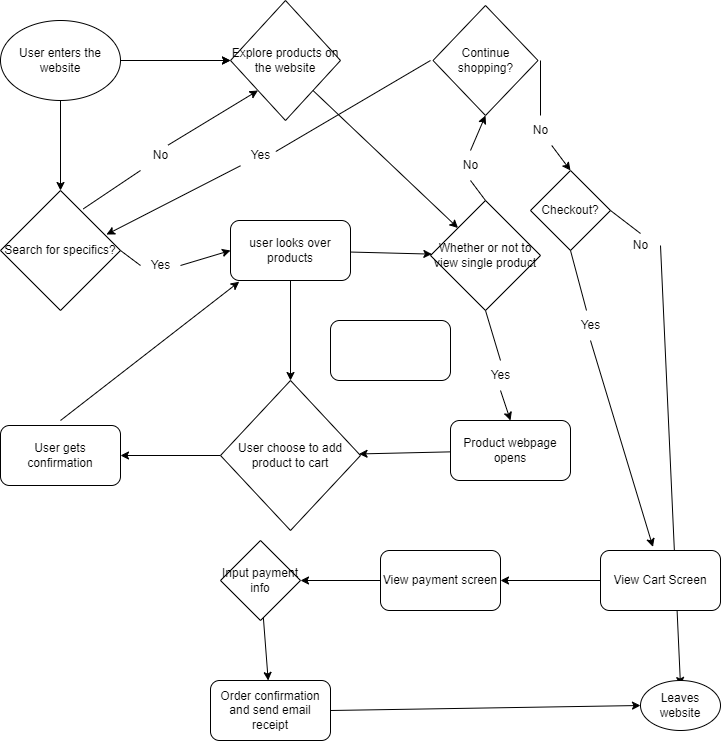
The draw.io diagram explore/diagramming/diagram.drawio.png in Mid2Jr/sp24-cse110-lab4, before a commit. Source tidied: cells renumbered, new cells last; positions are measured from the earlier drawing's top-left corner, leaving out a move shared by most shapes.
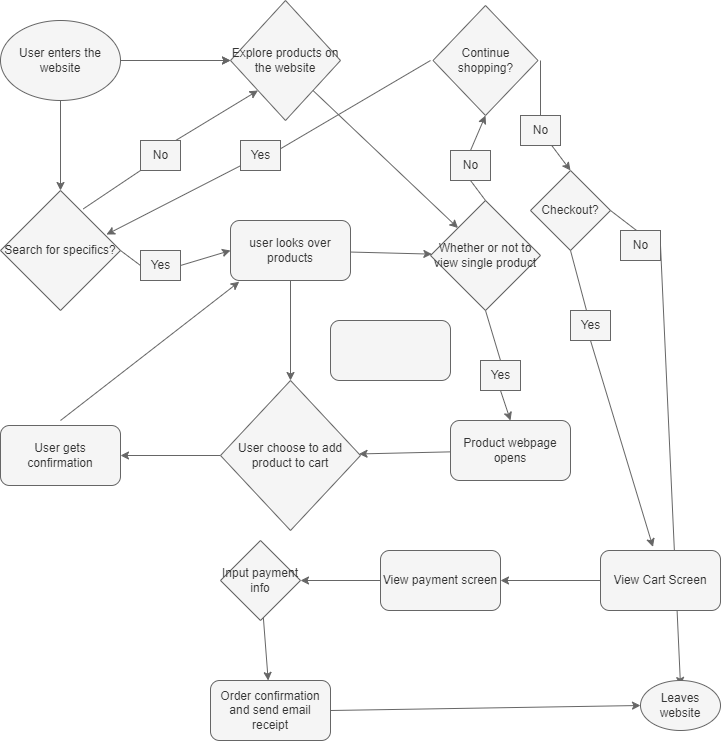
Later version of the same file.

Commit message:
recolor diagram

The edit, as a diff of the source:
```diff
@@ -2,174 +2,174 @@
   <root>
     <mxCell id="0" />
     <mxCell id="1" parent="0" />
-    <mxCell id="2" style="edgeStyle=none;html=1;" parent="1" edge="1" source="3" target="6">
+    <mxCell id="2" style="edgeStyle=none;html=1;fillColor=#f5f5f5;strokeColor=#666666;" parent="1" edge="1" source="3" target="6">
       <mxGeometry relative="1" as="geometry" />
     </mxCell>
-    <mxCell id="3" value="User enters the website" style="ellipse;whiteSpace=wrap;html=1;" parent="1" vertex="1">
+    <mxCell id="3" value="User enters the website" style="ellipse;whiteSpace=wrap;html=1;fillColor=#f5f5f5;fontColor=#333333;strokeColor=#666666;" parent="1" vertex="1">
       <mxGeometry y="20" width="120" height="80" as="geometry" />
     </mxCell>
-    <mxCell id="4" style="endArrow=classic;html=1;" parent="1" edge="1">
+    <mxCell id="4" style="endArrow=classic;html=1;fillColor=#f5f5f5;strokeColor=#666666;" parent="1" edge="1">
       <mxGeometry relative="1" as="geometry">
         <mxPoint x="130" y="60" as="sourcePoint" />
         <mxPoint x="230" y="60" as="targetPoint" />
       </mxGeometry>
     </mxCell>
-    <mxCell id="5" style="endArrow=classic;html=1;exitX=0.5;exitY=1;exitDx=0;exitDy=0;" parent="1" edge="1" source="3" target="7">
+    <mxCell id="5" style="endArrow=classic;html=1;exitX=0.5;exitY=1;exitDx=0;exitDy=0;fillColor=#f5f5f5;strokeColor=#666666;" parent="1" edge="1" source="3" target="7">
       <mxGeometry relative="1" as="geometry" />
     </mxCell>
-    <mxCell id="6" value="Explore products on the website&lt;br&gt;" style="rhombus;whiteSpace=wrap;html=1;" parent="1" vertex="1">
+    <mxCell id="6" value="Explore products on the website&lt;br&gt;" style="rhombus;whiteSpace=wrap;html=1;fillColor=#f5f5f5;fontColor=#333333;strokeColor=#666666;" parent="1" vertex="1">
       <mxGeometry x="230" width="110" height="120" as="geometry" />
     </mxCell>
-    <mxCell id="7" value="Search for specifics?" style="rhombus;whiteSpace=wrap;html=1;" parent="1" vertex="1">
+    <mxCell id="7" value="Search for specifics?" style="rhombus;whiteSpace=wrap;html=1;fillColor=#f5f5f5;fontColor=#333333;strokeColor=#666666;" parent="1" vertex="1">
       <mxGeometry y="190" width="120" height="120" as="geometry" />
     </mxCell>
-    <mxCell id="8" style="endArrow=classic;html=1;exitX=1;exitY=0.5;exitDx=0;exitDy=0;entryX=0;entryY=0.5;entryDx=0;entryDy=0;startArrow=none;" parent="1" edge="1" source="32" target="10">
+    <mxCell id="8" style="endArrow=classic;html=1;exitX=1;exitY=0.5;exitDx=0;exitDy=0;entryX=0;entryY=0.5;entryDx=0;entryDy=0;startArrow=none;fillColor=#f5f5f5;strokeColor=#666666;" parent="1" edge="1" source="32" target="10">
       <mxGeometry relative="1" as="geometry" />
     </mxCell>
-    <mxCell id="9" style="edgeStyle=none;html=1;" parent="1" edge="1" source="10" target="11">
+    <mxCell id="9" style="edgeStyle=none;html=1;fillColor=#f5f5f5;strokeColor=#666666;" parent="1" edge="1" source="10" target="11">
       <mxGeometry relative="1" as="geometry" />
     </mxCell>
-    <mxCell id="10" value="user looks over products" style="rounded=1;whiteSpace=wrap;html=1;" parent="1" vertex="1">
+    <mxCell id="10" value="user looks over products" style="rounded=1;whiteSpace=wrap;html=1;fillColor=#f5f5f5;fontColor=#333333;strokeColor=#666666;" parent="1" vertex="1">
       <mxGeometry x="230" y="220" width="120" height="60" as="geometry" />
     </mxCell>
-    <mxCell id="11" value="Whether or not to view single product" style="rhombus;whiteSpace=wrap;html=1;" parent="1" vertex="1">
+    <mxCell id="11" value="Whether or not to view single product" style="rhombus;whiteSpace=wrap;html=1;fillColor=#f5f5f5;fontColor=#333333;strokeColor=#666666;" parent="1" vertex="1">
       <mxGeometry x="430" y="200" width="110" height="110" as="geometry" />
     </mxCell>
-    <mxCell id="12" style="endArrow=classic;html=1;exitX=0.5;exitY=0;exitDx=0;exitDy=0;entryX=0.5;entryY=1;entryDx=0;entryDy=0;startArrow=none;" parent="1" edge="1" source="34" target="21">
+    <mxCell id="12" style="endArrow=classic;html=1;exitX=0.5;exitY=0;exitDx=0;exitDy=0;entryX=0.5;entryY=1;entryDx=0;entryDy=0;startArrow=none;fillColor=#f5f5f5;strokeColor=#666666;" parent="1" edge="1" source="34" target="21">
       <mxGeometry relative="1" as="geometry" />
     </mxCell>
-    <mxCell id="13" style="endArrow=classic;html=1;exitX=0.5;exitY=1;exitDx=0;exitDy=0;entryX=0.5;entryY=0;entryDx=0;entryDy=0;startArrow=none;" parent="1" edge="1" source="42" target="20">
+    <mxCell id="13" style="endArrow=classic;html=1;exitX=0.5;exitY=1;exitDx=0;exitDy=0;entryX=0.5;entryY=0;entryDx=0;entryDy=0;startArrow=none;fillColor=#f5f5f5;strokeColor=#666666;" parent="1" edge="1" source="42" target="20">
       <mxGeometry relative="1" as="geometry" />
     </mxCell>
-    <mxCell id="14" style="endArrow=classic;html=1;exitX=0.5;exitY=1;exitDx=0;exitDy=0;entryX=0.5;entryY=0;entryDx=0;entryDy=0;" parent="1" edge="1" source="10" target="16">
+    <mxCell id="14" style="endArrow=classic;html=1;exitX=0.5;exitY=1;exitDx=0;exitDy=0;entryX=0.5;entryY=0;entryDx=0;entryDy=0;fillColor=#f5f5f5;strokeColor=#666666;" parent="1" edge="1" source="10" target="16">
       <mxGeometry relative="1" as="geometry" />
     </mxCell>
-    <mxCell id="15" style="edgeStyle=none;html=1;" parent="1" edge="1" source="16" target="17">
+    <mxCell id="15" style="edgeStyle=none;html=1;fillColor=#f5f5f5;strokeColor=#666666;" parent="1" edge="1" source="16" target="17">
       <mxGeometry relative="1" as="geometry" />
     </mxCell>
-    <mxCell id="16" value="User choose to add product to cart" style="rhombus;whiteSpace=wrap;html=1;" parent="1" vertex="1">
+    <mxCell id="16" value="User choose to add product to cart" style="rhombus;whiteSpace=wrap;html=1;fillColor=#f5f5f5;fontColor=#333333;strokeColor=#666666;" parent="1" vertex="1">
       <mxGeometry x="220" y="380" width="140" height="150" as="geometry" />
     </mxCell>
-    <mxCell id="17" value="User gets confirmation" style="rounded=1;whiteSpace=wrap;html=1;" parent="1" vertex="1">
+    <mxCell id="17" value="User gets confirmation" style="rounded=1;whiteSpace=wrap;html=1;fillColor=#f5f5f5;fontColor=#333333;strokeColor=#666666;" parent="1" vertex="1">
       <mxGeometry y="425" width="120" height="60" as="geometry" />
     </mxCell>
-    <mxCell id="18" style="endArrow=classic;html=1;entryX=0.073;entryY=1.02;entryDx=0;entryDy=0;entryPerimeter=0;" parent="1" edge="1" target="10">
+    <mxCell id="18" style="endArrow=classic;html=1;entryX=0.073;entryY=1.02;entryDx=0;entryDy=0;entryPerimeter=0;fillColor=#f5f5f5;strokeColor=#666666;" parent="1" edge="1" target="10">
       <mxGeometry relative="1" as="geometry">
         <mxPoint x="60" y="420" as="sourcePoint" />
       </mxGeometry>
     </mxCell>
-    <mxCell id="19" style="edgeStyle=none;html=1;" parent="1" edge="1" source="20" target="16">
+    <mxCell id="19" style="edgeStyle=none;html=1;fillColor=#f5f5f5;strokeColor=#666666;" parent="1" edge="1" source="20" target="16">
       <mxGeometry relative="1" as="geometry" />
     </mxCell>
-    <mxCell id="20" value="Product webpage opens" style="rounded=1;whiteSpace=wrap;html=1;" parent="1" vertex="1">
+    <mxCell id="20" value="Product webpage opens" style="rounded=1;whiteSpace=wrap;html=1;fillColor=#f5f5f5;fontColor=#333333;strokeColor=#666666;" parent="1" vertex="1">
       <mxGeometry x="450" y="420" width="120" height="60" as="geometry" />
     </mxCell>
-    <mxCell id="21" value="Continue shopping?" style="rhombus;whiteSpace=wrap;html=1;" parent="1" vertex="1">
+    <mxCell id="21" value="Continue shopping?" style="rhombus;whiteSpace=wrap;html=1;fillColor=#f5f5f5;fontColor=#333333;strokeColor=#666666;" parent="1" vertex="1">
       <mxGeometry x="432.5" y="5" width="105" height="110" as="geometry" />
     </mxCell>
-    <mxCell id="22" style="endArrow=classic;html=1;entryX=0.883;entryY=0.367;entryDx=0;entryDy=0;entryPerimeter=0;startArrow=none;" parent="1" edge="1" source="30" target="7">
+    <mxCell id="22" style="endArrow=classic;html=1;entryX=0.883;entryY=0.367;entryDx=0;entryDy=0;entryPerimeter=0;startArrow=none;fillColor=#f5f5f5;strokeColor=#666666;" parent="1" edge="1" source="30" target="7">
       <mxGeometry relative="1" as="geometry" />
     </mxCell>
-    <mxCell id="23" style="endArrow=classic;html=1;startArrow=none;" parent="1" edge="1" source="36">
+    <mxCell id="23" style="endArrow=classic;html=1;startArrow=none;fillColor=#f5f5f5;strokeColor=#666666;" parent="1" edge="1" source="36">
       <mxGeometry relative="1" as="geometry">
         <mxPoint x="570" y="170" as="targetPoint" />
       </mxGeometry>
     </mxCell>
-    <mxCell id="24" value="Checkout?" style="rhombus;whiteSpace=wrap;html=1;" parent="1" vertex="1">
+    <mxCell id="24" value="Checkout?" style="rhombus;whiteSpace=wrap;html=1;fillColor=#f5f5f5;fontColor=#333333;strokeColor=#666666;" parent="1" vertex="1">
       <mxGeometry x="530" y="170" width="80" height="80" as="geometry" />
     </mxCell>
-    <mxCell id="25" style="endArrow=classic;html=1;exitX=0.5;exitY=1;exitDx=0;exitDy=0;startArrow=none;entryX=0.437;entryY=-0.06;entryDx=0;entryDy=0;entryPerimeter=0;" parent="1" edge="1" source="40" target="47">
+    <mxCell id="25" style="endArrow=classic;html=1;exitX=0.5;exitY=1;exitDx=0;exitDy=0;startArrow=none;entryX=0.437;entryY=-0.06;entryDx=0;entryDy=0;entryPerimeter=0;fillColor=#f5f5f5;strokeColor=#666666;" parent="1" edge="1" source="40" target="47">
       <mxGeometry relative="1" as="geometry" />
     </mxCell>
-    <mxCell id="26" style="endArrow=classic;html=1;exitX=1;exitY=0.5;exitDx=0;exitDy=0;entryX=0.5;entryY=0.1;entryDx=0;entryDy=0;entryPerimeter=0;startArrow=none;" parent="1" edge="1" source="38" target="27">
+    <mxCell id="26" style="endArrow=classic;html=1;exitX=1;exitY=0.5;exitDx=0;exitDy=0;entryX=0.5;entryY=0.1;entryDx=0;entryDy=0;entryPerimeter=0;startArrow=none;fillColor=#f5f5f5;strokeColor=#666666;" parent="1" edge="1" source="38" target="27">
       <mxGeometry relative="1" as="geometry" />
     </mxCell>
-    <mxCell id="27" value="Leaves website" style="ellipse;whiteSpace=wrap;html=1;" parent="1" vertex="1">
+    <mxCell id="27" value="Leaves website" style="ellipse;whiteSpace=wrap;html=1;fillColor=#f5f5f5;fontColor=#333333;strokeColor=#666666;" parent="1" vertex="1">
       <mxGeometry x="640" y="680" width="80" height="50" as="geometry" />
     </mxCell>
-    <mxCell id="28" style="endArrow=classic;html=1;exitX=1;exitY=1;exitDx=0;exitDy=0;entryX=0;entryY=0;entryDx=0;entryDy=0;" parent="1" edge="1" source="6" target="11">
+    <mxCell id="28" style="endArrow=classic;html=1;exitX=1;exitY=1;exitDx=0;exitDy=0;entryX=0;entryY=0;entryDx=0;entryDy=0;fillColor=#f5f5f5;strokeColor=#666666;" parent="1" edge="1" source="6" target="11">
       <mxGeometry relative="1" as="geometry" />
     </mxCell>
-    <mxCell id="29" style="endArrow=none;html=1;entryX=0.883;entryY=0.367;entryDx=0;entryDy=0;entryPerimeter=0;" parent="1" edge="1" target="30">
+    <mxCell id="29" style="endArrow=none;html=1;entryX=0.883;entryY=0.367;entryDx=0;entryDy=0;entryPerimeter=0;fillColor=#f5f5f5;strokeColor=#666666;" parent="1" edge="1" target="30">
       <mxGeometry relative="1" as="geometry">
         <mxPoint x="430" y="60" as="sourcePoint" />
       </mxGeometry>
     </mxCell>
-    <mxCell id="30" value="Yes" style="text;html=1;align=center;verticalAlign=middle;points=[];strokeColor=none;fillColor=none;" parent="1" vertex="1">
+    <mxCell id="30" value="Yes" style="text;html=1;align=center;verticalAlign=middle;points=[];strokeColor=#666666;fillColor=#f5f5f5;fontColor=#333333;" parent="1" vertex="1">
       <mxGeometry x="240" y="140" width="40" height="30" as="geometry" />
     </mxCell>
-    <mxCell id="31" style="endArrow=none;html=1;exitX=1;exitY=0.5;exitDx=0;exitDy=0;entryX=0;entryY=0.5;entryDx=0;entryDy=0;" parent="1" edge="1" source="7" target="32">
+    <mxCell id="31" style="endArrow=none;html=1;exitX=1;exitY=0.5;exitDx=0;exitDy=0;entryX=0;entryY=0.5;entryDx=0;entryDy=0;fillColor=#f5f5f5;strokeColor=#666666;" parent="1" edge="1" source="7" target="32">
       <mxGeometry relative="1" as="geometry" />
     </mxCell>
-    <mxCell id="32" value="Yes" style="text;html=1;align=center;verticalAlign=middle;points=[];strokeColor=none;fillColor=none;" parent="1" vertex="1">
+    <mxCell id="32" value="Yes" style="text;html=1;align=center;verticalAlign=middle;points=[];strokeColor=#666666;fillColor=#f5f5f5;fontColor=#333333;" parent="1" vertex="1">
       <mxGeometry x="140" y="250" width="40" height="30" as="geometry" />
     </mxCell>
-    <mxCell id="33" style="endArrow=none;html=1;exitX=0.5;exitY=0;exitDx=0;exitDy=0;entryX=0.5;entryY=1;entryDx=0;entryDy=0;" parent="1" edge="1" source="11" target="34">
+    <mxCell id="33" style="endArrow=none;html=1;exitX=0.5;exitY=0;exitDx=0;exitDy=0;entryX=0.5;entryY=1;entryDx=0;entryDy=0;fillColor=#f5f5f5;strokeColor=#666666;" parent="1" edge="1" source="11" target="34">
       <mxGeometry relative="1" as="geometry" />
     </mxCell>
-    <mxCell id="34" value="No" style="text;html=1;align=center;verticalAlign=middle;points=[];strokeColor=none;fillColor=none;" parent="1" vertex="1">
+    <mxCell id="34" value="No" style="text;html=1;align=center;verticalAlign=middle;points=[];strokeColor=#666666;fillColor=#f5f5f5;fontColor=#333333;" parent="1" vertex="1">
       <mxGeometry x="450" y="150" width="40" height="30" as="geometry" />
     </mxCell>
-    <mxCell id="35" style="endArrow=none;html=1;" parent="1" edge="1" target="36">
+    <mxCell id="35" style="endArrow=none;html=1;fillColor=#f5f5f5;strokeColor=#666666;" parent="1" edge="1" target="36">
       <mxGeometry relative="1" as="geometry">
         <mxPoint x="540" y="60" as="sourcePoint" />
       </mxGeometry>
     </mxCell>
-    <mxCell id="36" value="No" style="text;html=1;align=center;verticalAlign=middle;points=[];strokeColor=none;fillColor=none;" parent="1" vertex="1">
+    <mxCell id="36" value="No" style="text;html=1;align=center;verticalAlign=middle;points=[];strokeColor=#666666;fillColor=#f5f5f5;fontColor=#333333;" parent="1" vertex="1">
       <mxGeometry x="520" y="115" width="40" height="30" as="geometry" />
     </mxCell>
-    <mxCell id="37" style="endArrow=none;html=1;exitX=1;exitY=0.5;exitDx=0;exitDy=0;entryX=0.5;entryY=0.1;entryDx=0;entryDy=0;entryPerimeter=0;" parent="1" edge="1" source="24" target="38">
+    <mxCell id="37" style="endArrow=none;html=1;exitX=1;exitY=0.5;exitDx=0;exitDy=0;entryX=0.5;entryY=0.1;entryDx=0;entryDy=0;entryPerimeter=0;fillColor=#f5f5f5;strokeColor=#666666;" parent="1" edge="1" source="24" target="38">
       <mxGeometry relative="1" as="geometry" />
     </mxCell>
-    <mxCell id="38" value="No" style="text;html=1;align=center;verticalAlign=middle;points=[];strokeColor=none;fillColor=none;" parent="1" vertex="1">
+    <mxCell id="38" value="No" style="text;html=1;align=center;verticalAlign=middle;points=[];strokeColor=#666666;fillColor=#f5f5f5;fontColor=#333333;" parent="1" vertex="1">
       <mxGeometry x="620" y="230" width="40" height="30" as="geometry" />
     </mxCell>
-    <mxCell id="39" style="endArrow=none;html=1;exitX=0.5;exitY=1;exitDx=0;exitDy=0;" parent="1" edge="1" source="24" target="40">
+    <mxCell id="39" style="endArrow=none;html=1;exitX=0.5;exitY=1;exitDx=0;exitDy=0;fillColor=#f5f5f5;strokeColor=#666666;" parent="1" edge="1" source="24" target="40">
       <mxGeometry relative="1" as="geometry" />
     </mxCell>
-    <mxCell id="40" value="Yes" style="text;html=1;align=center;verticalAlign=middle;points=[];strokeColor=none;fillColor=none;" parent="1" vertex="1">
+    <mxCell id="40" value="Yes" style="text;html=1;align=center;verticalAlign=middle;points=[];strokeColor=#666666;fillColor=#f5f5f5;fontColor=#333333;" parent="1" vertex="1">
       <mxGeometry x="570" y="310" width="40" height="30" as="geometry" />
     </mxCell>
-    <mxCell id="41" style="endArrow=none;html=1;exitX=0.5;exitY=1;exitDx=0;exitDy=0;entryX=0.5;entryY=0;entryDx=0;entryDy=0;" parent="1" edge="1" source="11" target="42">
+    <mxCell id="41" style="endArrow=none;html=1;exitX=0.5;exitY=1;exitDx=0;exitDy=0;entryX=0.5;entryY=0;entryDx=0;entryDy=0;fillColor=#f5f5f5;strokeColor=#666666;" parent="1" edge="1" source="11" target="42">
       <mxGeometry relative="1" as="geometry" />
     </mxCell>
-    <mxCell id="42" value="Yes" style="text;html=1;align=center;verticalAlign=middle;points=[];strokeColor=none;fillColor=none;" parent="1" vertex="1">
+    <mxCell id="42" value="Yes" style="text;html=1;align=center;verticalAlign=middle;points=[];strokeColor=#666666;fillColor=#f5f5f5;fontColor=#333333;" parent="1" vertex="1">
       <mxGeometry x="480" y="360" width="40" height="30" as="geometry" />
     </mxCell>
-    <mxCell id="43" style="endArrow=classic;html=1;exitX=0.69;exitY=0.153;exitDx=0;exitDy=0;exitPerimeter=0;entryX=0;entryY=1;entryDx=0;entryDy=0;startArrow=none;" parent="1" edge="1" source="45" target="6">
+    <mxCell id="43" style="endArrow=classic;html=1;exitX=0.69;exitY=0.153;exitDx=0;exitDy=0;exitPerimeter=0;entryX=0;entryY=1;entryDx=0;entryDy=0;startArrow=none;fillColor=#f5f5f5;strokeColor=#666666;" parent="1" edge="1" source="45" target="6">
       <mxGeometry relative="1" as="geometry" />
     </mxCell>
-    <mxCell id="44" style="endArrow=none;html=1;exitX=0.69;exitY=0.153;exitDx=0;exitDy=0;exitPerimeter=0;entryX=0;entryY=1;entryDx=0;entryDy=0;" parent="1" edge="1" source="7" target="45">
+    <mxCell id="44" style="endArrow=none;html=1;exitX=0.69;exitY=0.153;exitDx=0;exitDy=0;exitPerimeter=0;entryX=0;entryY=1;entryDx=0;entryDy=0;fillColor=#f5f5f5;strokeColor=#666666;" parent="1" edge="1" source="7" target="45">
       <mxGeometry relative="1" as="geometry" />
     </mxCell>
-    <mxCell id="45" value="No" style="text;html=1;align=center;verticalAlign=middle;points=[];strokeColor=none;fillColor=none;" parent="1" vertex="1">
+    <mxCell id="45" value="No" style="text;html=1;align=center;verticalAlign=middle;points=[];strokeColor=#666666;fillColor=#f5f5f5;fontColor=#333333;" parent="1" vertex="1">
       <mxGeometry x="140" y="140" width="40" height="30" as="geometry" />
     </mxCell>
-    <mxCell id="46" style="edgeStyle=none;html=1;" parent="1" edge="1" source="47" target="50">
+    <mxCell id="46" style="edgeStyle=none;html=1;fillColor=#f5f5f5;strokeColor=#666666;" parent="1" edge="1" source="47" target="50">
       <mxGeometry relative="1" as="geometry" />
     </mxCell>
-    <mxCell id="47" value="View Cart Screen" style="rounded=1;whiteSpace=wrap;html=1;" parent="1" vertex="1">
+    <mxCell id="47" value="View Cart Screen" style="rounded=1;whiteSpace=wrap;html=1;fillColor=#f5f5f5;fontColor=#333333;strokeColor=#666666;" parent="1" vertex="1">
       <mxGeometry x="600" y="550" width="120" height="60" as="geometry" />
     </mxCell>
-    <mxCell id="48" style="rounded=1;whiteSpace=wrap;html=1;" parent="1" vertex="1">
+    <mxCell id="48" style="rounded=1;whiteSpace=wrap;html=1;fillColor=#f5f5f5;fontColor=#333333;strokeColor=#666666;" parent="1" vertex="1">
       <mxGeometry x="330" y="320" width="120" height="60" as="geometry" />
     </mxCell>
-    <mxCell id="49" style="edgeStyle=none;html=1;" parent="1" edge="1" source="50" target="52">
+    <mxCell id="49" style="edgeStyle=none;html=1;fillColor=#f5f5f5;strokeColor=#666666;" parent="1" edge="1" source="50" target="52">
       <mxGeometry relative="1" as="geometry" />
     </mxCell>
-    <mxCell id="50" value="View payment screen" style="rounded=1;whiteSpace=wrap;html=1;" parent="1" vertex="1">
+    <mxCell id="50" value="View payment screen" style="rounded=1;whiteSpace=wrap;html=1;fillColor=#f5f5f5;fontColor=#333333;strokeColor=#666666;" parent="1" vertex="1">
       <mxGeometry x="380" y="550" width="120" height="60" as="geometry" />
     </mxCell>
-    <mxCell id="51" style="edgeStyle=none;html=1;" parent="1" edge="1" source="52" target="53">
+    <mxCell id="51" style="edgeStyle=none;html=1;fillColor=#f5f5f5;strokeColor=#666666;" parent="1" edge="1" source="52" target="53">
       <mxGeometry relative="1" as="geometry" />
     </mxCell>
-    <mxCell id="52" value="Input payment info" style="rhombus;whiteSpace=wrap;html=1;" parent="1" vertex="1">
+    <mxCell id="52" value="Input payment info" style="rhombus;whiteSpace=wrap;html=1;fillColor=#f5f5f5;fontColor=#333333;strokeColor=#666666;" parent="1" vertex="1">
       <mxGeometry x="220" y="540" width="80" height="80" as="geometry" />
     </mxCell>
-    <mxCell id="53" value="Order confirmation and send email receipt" style="rounded=1;whiteSpace=wrap;html=1;" parent="1" vertex="1">
+    <mxCell id="53" value="Order confirmation and send email receipt" style="rounded=1;whiteSpace=wrap;html=1;fillColor=#f5f5f5;fontColor=#333333;strokeColor=#666666;" parent="1" vertex="1">
       <mxGeometry x="210" y="680" width="120" height="60" as="geometry" />
     </mxCell>
-    <mxCell id="54" style="endArrow=classic;html=1;exitX=1;exitY=0.5;exitDx=0;exitDy=0;entryX=0;entryY=0.5;entryDx=0;entryDy=0;" parent="1" edge="1" source="53" target="27">
+    <mxCell id="54" style="endArrow=classic;html=1;exitX=1;exitY=0.5;exitDx=0;exitDy=0;entryX=0;entryY=0.5;entryDx=0;entryDy=0;fillColor=#f5f5f5;strokeColor=#666666;" parent="1" edge="1" source="53" target="27">
       <mxGeometry relative="1" as="geometry" />
     </mxCell>
   </root>
```
